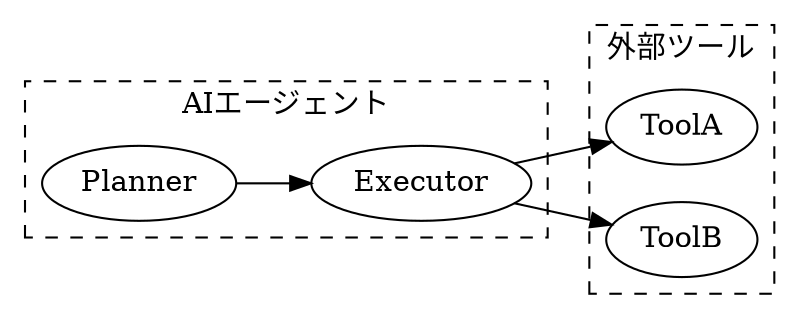
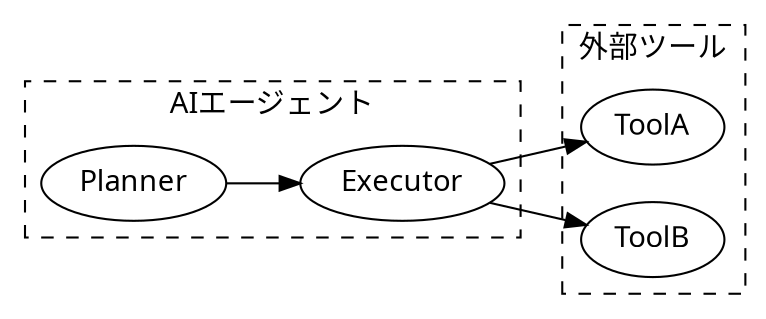
digraph ClusterDemo {
  rankdir=LR;
+   fontname="Meiryo";
+   node [fontname="Meiryo"];
+   edge [fontname="Meiryo"];

  subgraph cluster_agent {
    label="AIエージェント";
    style=dashed;
    Planner;
    Executor;
    Planner -> Executor;
  }

  subgraph cluster_tools {
    label="外部ツール";
    style=dashed;
    ToolA;
    ToolB;
  }

  Executor -> ToolA;
  Executor -> ToolB;
}
